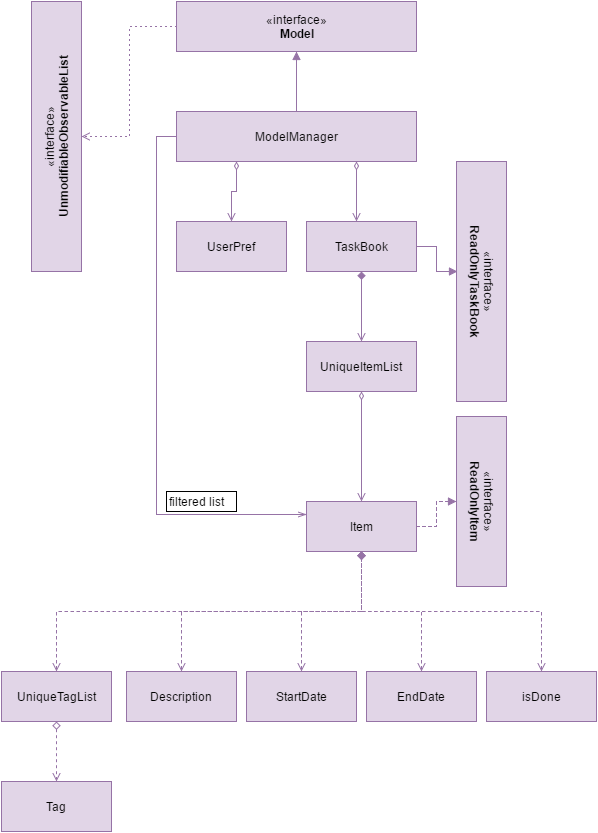
Above: docs/images/ModelClassDiagram.png in CS2103AUG2016-F11-C3/addressbook-level4 (draw.io), before the change. Source tidied: cells renumbered, new cells last; positions are measured from the earlier drawing's top-left corner, leaving out a move shared by most shapes. Its diagram source:
```xml
<mxGraphModel background="#ffffff">
  <root>
    <mxCell id="0" style="html=1;" />
    <mxCell id="1" style="html=1;" parent="0" />
    <mxCell id="2" style="edgeStyle=orthogonalEdgeStyle;rounded=0;html=1;exitX=0;exitY=0.5;dashed=1;dashPattern=1 4;startArrow=none;startFill=0;endArrow=open;endFill=0;jettySize=auto;fillColor=#e1d5e7;strokeColor=#9673a6;" parent="1" edge="1" source="3" target="13">
      <mxGeometry relative="1" as="geometry" />
    </mxCell>
    <mxCell id="3" value="«interface»&lt;br&gt;&lt;b&gt;Model&lt;/b&gt;" style="html=1;fillColor=#e1d5e7;strokeColor=#9673a6;" parent="1" vertex="1">
      <mxGeometry x="255" width="240" height="50" as="geometry" />
    </mxCell>
    <mxCell id="4" style="edgeStyle=orthogonalEdgeStyle;rounded=0;html=1;exitX=0.75;exitY=1;jettySize=auto;startArrow=diamondThin;startFill=0;endArrow=open;endFill=0;fillColor=#e1d5e7;strokeColor=#9673a6;" parent="1" edge="1" source="7">
      <mxGeometry relative="1" as="geometry">
        <mxPoint x="435" y="220" as="targetPoint" />
      </mxGeometry>
    </mxCell>
    <mxCell id="5" style="edgeStyle=orthogonalEdgeStyle;rounded=0;html=1;exitX=0.25;exitY=1;entryX=0.5;entryY=0;startArrow=diamondThin;startFill=0;endArrow=open;endFill=0;jettySize=auto;fillColor=#e1d5e7;strokeColor=#9673a6;" parent="1" edge="1" source="7" target="11">
      <mxGeometry relative="1" as="geometry" />
    </mxCell>
    <mxCell id="6" style="edgeStyle=orthogonalEdgeStyle;rounded=0;html=1;exitX=0;exitY=0.5;entryX=0;entryY=0.25;startArrow=none;startFill=0;endArrow=openThin;endFill=0;jettySize=auto;labelPosition=right;verticalLabelPosition=bottom;align=left;verticalAlign=top;fillColor=#e1d5e7;strokeColor=#9673a6;" parent="1" edge="1" source="7" target="18">
      <mxGeometry relative="1" as="geometry" />
    </mxCell>
    <mxCell id="7" value="ModelManager" style="html=1;fillColor=#e1d5e7;strokeColor=#9673a6;" parent="1" vertex="1">
      <mxGeometry x="255" y="110" width="240" height="50" as="geometry" />
    </mxCell>
    <mxCell id="8" style="html=1;verticalAlign=bottom;endArrow=block;entryX=0.5;entryY=1;exitX=0.5;exitY=0;endFill=1;fillColor=#e1d5e7;strokeColor=#9673a6;" parent="1" edge="1" source="7" target="3">
      <mxGeometry y="-55" relative="1" as="geometry" />
    </mxCell>
    <mxCell id="9" style="edgeStyle=orthogonalEdgeStyle;rounded=0;html=1;exitX=1;exitY=0.5;entryX=0.46;entryY=0.983;entryPerimeter=0;startArrow=none;startFill=0;endArrow=block;endFill=1;jettySize=auto;dashed=1;dashPattern=1 1;fillColor=#e1d5e7;strokeColor=#9673a6;" parent="1" edge="1" source="10" target="12">
      <mxGeometry relative="1" as="geometry" />
    </mxCell>
    <mxCell id="10" value="TaskBook" style="html=1;fillColor=#e1d5e7;strokeColor=#9673a6;" parent="1" vertex="1">
      <mxGeometry x="385" y="220" width="110" height="50" as="geometry" />
    </mxCell>
    <mxCell id="11" value="UserPref" style="html=1;fillColor=#e1d5e7;strokeColor=#9673a6;" parent="1" vertex="1">
      <mxGeometry x="255" y="220" width="110" height="50" as="geometry" />
    </mxCell>
    <mxCell id="12" value="«interface»&lt;br&gt;&lt;b&gt;ReadOnlyTaskBook&lt;/b&gt;" style="html=1;rotation=90;fillColor=#e1d5e7;strokeColor=#9673a6;" parent="1" vertex="1">
      <mxGeometry x="440" y="255" width="240" height="50" as="geometry" />
    </mxCell>
    <mxCell id="13" value="«interface»&lt;br&gt;&lt;b&gt;UnmodifiableObservableList&lt;/b&gt;" style="html=1;rotation=-90;fillColor=#e1d5e7;strokeColor=#9673a6;" parent="1" vertex="1">
      <mxGeometry y="110" width="270" height="50" as="geometry" />
    </mxCell>
    <mxCell id="14" style="edgeStyle=orthogonalEdgeStyle;rounded=0;html=1;exitX=0.5;exitY=0;entryX=0.5;entryY=1;startArrow=open;startFill=0;endArrow=diamond;endFill=1;jettySize=auto;fillColor=#e1d5e7;strokeColor=#9673a6;" parent="1" edge="1" source="16" target="10">
      <mxGeometry relative="1" as="geometry" />
    </mxCell>
    <mxCell id="15" style="edgeStyle=orthogonalEdgeStyle;rounded=0;html=1;exitX=0.5;exitY=1;entryX=0.5;entryY=0;startArrow=diamondThin;startFill=0;endArrow=open;endFill=0;jettySize=auto;fillColor=#e1d5e7;strokeColor=#9673a6;" parent="1" edge="1" source="16" target="18">
      <mxGeometry relative="1" as="geometry" />
    </mxCell>
    <mxCell id="16" value="UniqueItemList" style="html=1;fillColor=#e1d5e7;strokeColor=#9673a6;" parent="1" vertex="1">
      <mxGeometry x="385" y="340" width="110" height="50" as="geometry" />
    </mxCell>
    <mxCell id="17" style="edgeStyle=orthogonalEdgeStyle;rounded=0;html=1;exitX=1;exitY=0.5;startArrow=none;startFill=0;endArrow=block;endFill=1;jettySize=auto;dashed=1;fillColor=#e1d5e7;strokeColor=#9673a6;" parent="1" edge="1" source="18" target="19">
      <mxGeometry relative="1" as="geometry" />
    </mxCell>
    <mxCell id="18" value="Item" style="html=1;fillColor=#e1d5e7;strokeColor=#9673a6;" parent="1" vertex="1">
      <mxGeometry x="385" y="500" width="110" height="50" as="geometry" />
    </mxCell>
    <mxCell id="19" value="«interface»&lt;br&gt;&lt;b&gt;ReadOnlyItem&lt;/b&gt;" style="html=1;rotation=90;fillColor=#e1d5e7;strokeColor=#9673a6;" parent="1" vertex="1">
      <mxGeometry x="475" y="475" width="170" height="50" as="geometry" />
    </mxCell>
    <mxCell id="20" style="edgeStyle=orthogonalEdgeStyle;rounded=0;html=1;exitX=0.5;exitY=0;entryX=0.5;entryY=1;dashed=1;startArrow=open;startFill=0;endArrow=diamond;endFill=1;jettySize=auto;fillColor=#e1d5e7;strokeColor=#9673a6;" parent="1" edge="1" source="21" target="18">
      <mxGeometry relative="1" as="geometry" />
    </mxCell>
    <mxCell id="21" value="Description" style="html=1;fillColor=#e1d5e7;strokeColor=#9673a6;" parent="1" vertex="1">
      <mxGeometry x="205" y="670" width="110" height="50" as="geometry" />
    </mxCell>
    <mxCell id="22" style="edgeStyle=orthogonalEdgeStyle;rounded=0;html=1;exitX=0.5;exitY=0;entryX=0.5;entryY=1;dashed=1;startArrow=open;startFill=0;endArrow=diamond;endFill=1;jettySize=auto;fillColor=#e1d5e7;strokeColor=#9673a6;" parent="1" edge="1" source="23" target="18">
      <mxGeometry relative="1" as="geometry" />
    </mxCell>
    <mxCell id="23" value="StartDate" style="html=1;fillColor=#e1d5e7;strokeColor=#9673a6;" parent="1" vertex="1">
      <mxGeometry x="325" y="670" width="110" height="50" as="geometry" />
    </mxCell>
    <mxCell id="24" style="edgeStyle=orthogonalEdgeStyle;rounded=0;html=1;exitX=0.5;exitY=0;entryX=0.5;entryY=1;dashed=1;startArrow=open;startFill=0;endArrow=diamond;endFill=1;jettySize=auto;fillColor=#e1d5e7;strokeColor=#9673a6;" parent="1" edge="1" source="25" target="18">
      <mxGeometry relative="1" as="geometry" />
    </mxCell>
    <mxCell id="25" value="EndDate" style="html=1;fillColor=#e1d5e7;strokeColor=#9673a6;" parent="1" vertex="1">
      <mxGeometry x="445" y="670" width="110" height="50" as="geometry" />
    </mxCell>
    <mxCell id="26" style="edgeStyle=orthogonalEdgeStyle;rounded=0;html=1;exitX=0.5;exitY=0;entryX=0.5;entryY=1;dashed=1;startArrow=open;startFill=0;endArrow=diamondThin;endFill=1;jettySize=auto;fillColor=#e1d5e7;strokeColor=#9673a6;" parent="1" edge="1" source="27" target="18">
      <mxGeometry relative="1" as="geometry" />
    </mxCell>
    <mxCell id="27" value="isDone" style="html=1;fillColor=#e1d5e7;strokeColor=#9673a6;" parent="1" vertex="1">
      <mxGeometry x="565" y="670" width="110" height="50" as="geometry" />
    </mxCell>
    <mxCell id="28" style="edgeStyle=orthogonalEdgeStyle;rounded=0;html=1;exitX=0.5;exitY=0;entryX=0.5;entryY=1;dashed=1;startArrow=open;startFill=0;endArrow=diamond;endFill=1;jettySize=auto;fillColor=#e1d5e7;strokeColor=#9673a6;" parent="1" edge="1" source="30" target="18">
      <mxGeometry relative="1" as="geometry" />
    </mxCell>
    <mxCell id="29" style="edgeStyle=orthogonalEdgeStyle;rounded=0;html=1;exitX=0.5;exitY=1;entryX=0.5;entryY=0;dashed=1;startArrow=diamond;startFill=0;endArrow=open;endFill=0;jettySize=auto;fillColor=#e1d5e7;strokeColor=#9673a6;" parent="1" edge="1" source="30" target="31">
      <mxGeometry relative="1" as="geometry" />
    </mxCell>
    <mxCell id="30" value="UniqueTagList" style="html=1;fillColor=#e1d5e7;strokeColor=#9673a6;" parent="1" vertex="1">
      <mxGeometry x="80" y="670" width="110" height="50" as="geometry" />
    </mxCell>
    <mxCell id="31" value="Tag" style="html=1;fillColor=#e1d5e7;strokeColor=#9673a6;" parent="1" vertex="1">
      <mxGeometry x="80" y="780" width="110" height="50" as="geometry" />
    </mxCell>
    <mxCell id="32" value="filtered list" style="text;html=1;align=left;verticalAlign=top;spacingTop=-4;fillColor=#ffffff;strokeColor=#000000;" parent="1" vertex="1">
      <mxGeometry x="245" y="490" width="70" height="20" as="geometry" />
    </mxCell>
  </root>
</mxGraphModel>
```
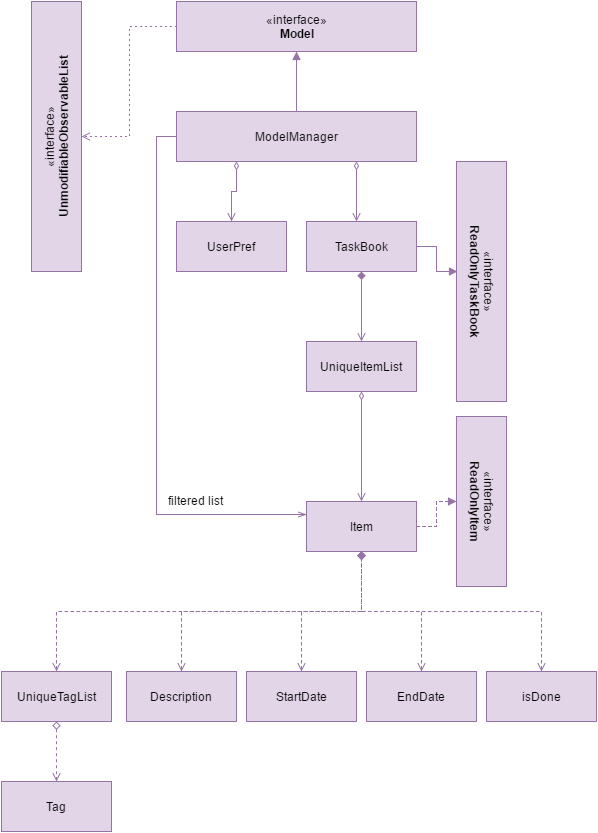
Later version of the same file.

What changed in the source:
```diff
@@ -94,7 +94,7 @@
     <mxCell id="31" value="Tag" style="html=1;fillColor=#e1d5e7;strokeColor=#9673a6;" parent="1" vertex="1">
       <mxGeometry x="80" y="780" width="110" height="50" as="geometry" />
     </mxCell>
-    <mxCell id="32" value="filtered list" style="text;html=1;align=left;verticalAlign=top;spacingTop=-4;fillColor=#ffffff;strokeColor=#000000;" parent="1" vertex="1">
+    <mxCell id="32" value="filtered list" style="text;html=1;align=left;verticalAlign=top;spacingTop=-4;fillColor=none;strokeColor=none;" parent="1" vertex="1">
       <mxGeometry x="245" y="490" width="70" height="20" as="geometry" />
     </mxCell>
   </root>
```
